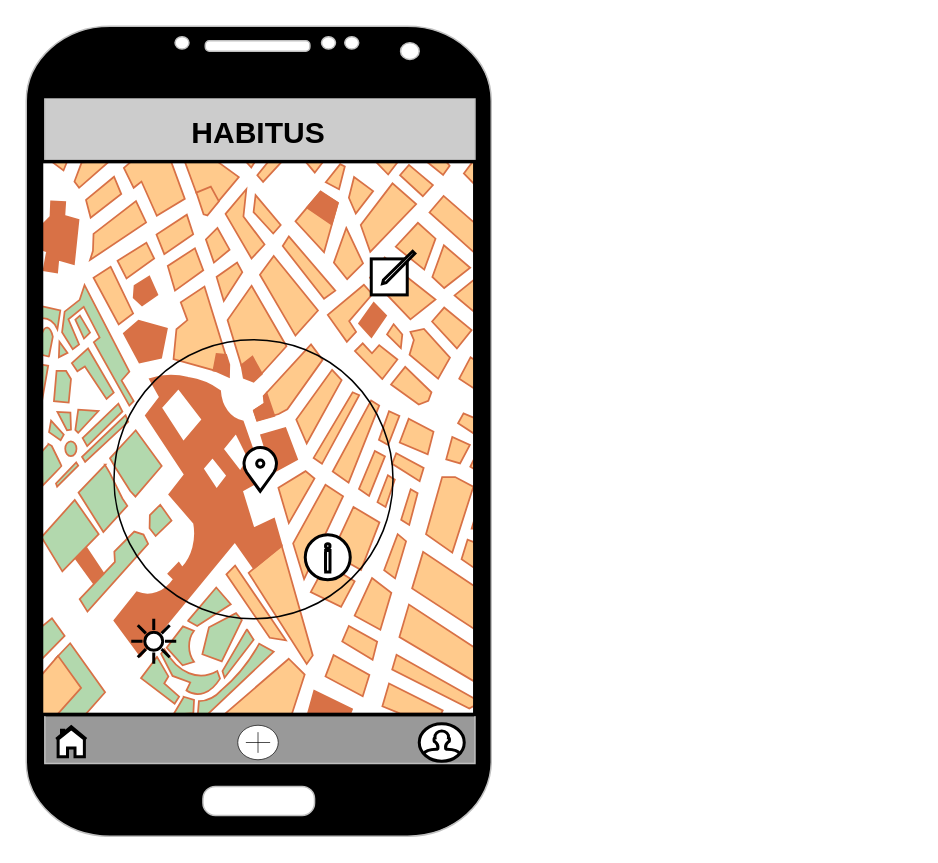
The draw.io diagram page "Main Page" (2 of 2) of diagrams/ui-login_and_register.drawio in goliveirab/habitus, before the edit. Source tidied: cells renumbered, new cells numbered last; positions are measured from the earlier drawing's top-left corner, leaving out a move shared by most shapes. Both pictures are drawn from the tidied source at 150%, with x=0, y=0 at pixel (26, 26).
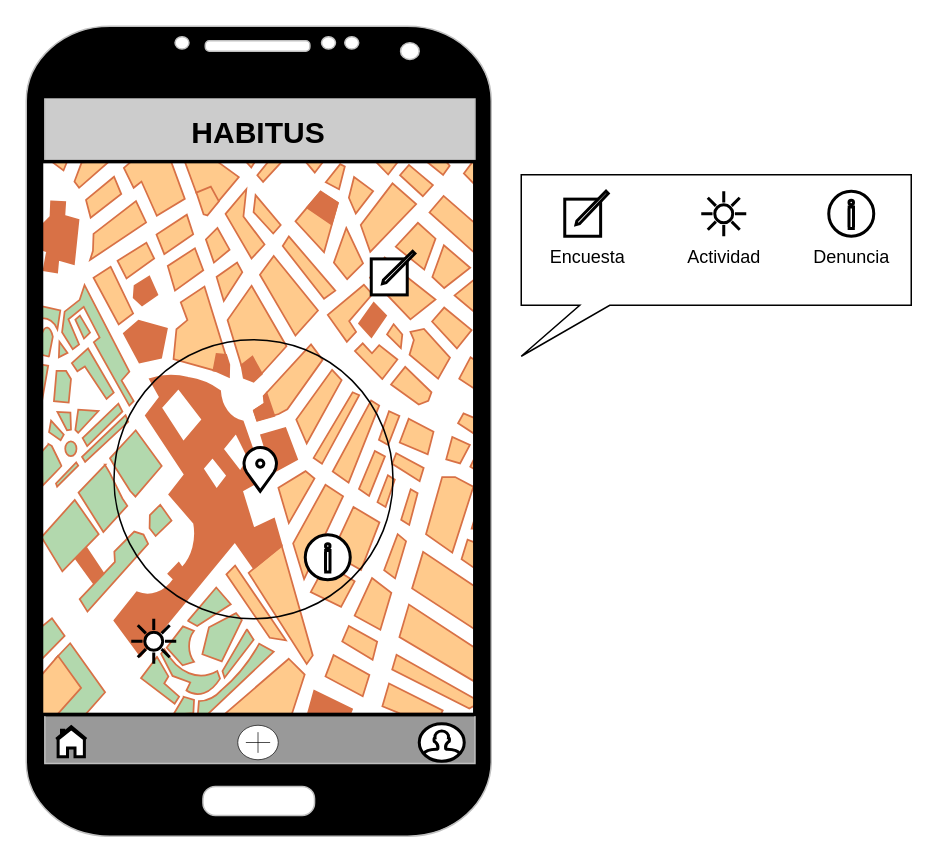
After the change.

Diff of the diagram source:
```diff
@@
 <mxGraphModel>
   <root>
     <mxCell id="0" />
     <mxCell id="1" parent="0" />
     <mxCell id="2" style="rounded=0;whiteSpace=wrap;html=1;fillColor=#999999;strokeColor=#666666;fontColor=#333333;" parent="1" vertex="1">
       <mxGeometry x="10" y="460" width="290" height="40" as="geometry" />
     </mxCell>
     <mxCell id="3" value="&lt;font size=&quot;1&quot;&gt;&lt;b style=&quot;font-size: 20px&quot;&gt;HABITUS&lt;/b&gt;&lt;/font&gt;" style="rounded=0;whiteSpace=wrap;html=1;fillColor=#CCCCCC;strokeColor=none;align=center;labelPosition=center;verticalLabelPosition=middle;verticalAlign=middle;" parent="1" vertex="1">
       <mxGeometry x="10" y="49" width="290" height="41" as="geometry" />
     </mxCell>
     <mxCell id="4" style="verticalLabelPosition=bottom;verticalAlign=top;html=1;shadow=0;dashed=0;strokeWidth=1;shape=mxgraph.android.phone2;fillColor=#000000;strokeColor=#c0c0c0;" parent="1" vertex="1">
       <mxGeometry width="310" height="540" as="geometry" />
     </mxCell>
     <mxCell id="5" style="verticalLabelPosition=bottom;shadow=0;dashed=0;align=center;html=1;verticalAlign=top;strokeWidth=1;shape=mxgraph.mockup.misc.map;fillColor=none;fontSize=12;fontColor=#000000;strokeColor=none;" parent="1" vertex="1">
       <mxGeometry x="10" y="90" width="290" height="370" as="geometry" />
     </mxCell>
     <mxCell id="6" style="html=1;verticalLabelPosition=bottom;align=center;labelBackgroundColor=#ffffff;verticalAlign=top;strokeWidth=2;strokeColor=#000000;fillColor=#ffffff;shadow=0;dashed=0;shape=mxgraph.ios7.icons.home;" parent="1" vertex="1">
       <mxGeometry x="20" y="467" width="20" height="20" as="geometry" />
     </mxCell>
     <mxCell id="7" style="html=1;verticalLabelPosition=bottom;align=center;labelBackgroundColor=#ffffff;verticalAlign=top;strokeWidth=2;strokeColor=#000000;fillColor=#ffffff;shadow=0;dashed=0;shape=mxgraph.ios7.icons.user;" parent="1" vertex="1">
       <mxGeometry x="262" y="465" width="30" height="25" as="geometry" />
     </mxCell>
     <mxCell id="8" style="html=1;verticalLabelPosition=bottom;labelBackgroundColor=#ffffff;verticalAlign=top;shadow=0;dashed=0;strokeWidth=2;shape=mxgraph.ios7.misc.increase;fillColor=#ffffff;strokeColor=#000000;" parent="1" vertex="1">
       <mxGeometry x="141" y="466" width="27" height="23" as="geometry" />
     </mxCell>
     <mxCell id="9" style="html=1;verticalLabelPosition=bottom;align=center;labelBackgroundColor=#ffffff;verticalAlign=top;strokeWidth=2;strokeColor=#000000;fillColor=#ffffff;shadow=0;dashed=0;shape=mxgraph.ios7.icons.location;" parent="1" vertex="1">
       <mxGeometry x="144" y="280" width="24" height="30" as="geometry" />
     </mxCell>
     <mxCell id="10" style="html=1;verticalLabelPosition=bottom;align=center;labelBackgroundColor=#ffffff;verticalAlign=top;strokeWidth=2;strokeColor=#000000;fillColor=#ffffff;shadow=0;dashed=0;shape=mxgraph.ios7.icons.compose;" parent="1" vertex="1">
       <mxGeometry x="230" y="150" width="29.1" height="29.1" as="geometry" />
     </mxCell>
     <mxCell id="11" style="html=1;verticalLabelPosition=bottom;align=center;labelBackgroundColor=#ffffff;verticalAlign=top;strokeWidth=2;strokeColor=#000000;fillColor=#ffffff;shadow=0;dashed=0;shape=mxgraph.ios7.icons.sun;" parent="1" vertex="1">
       <mxGeometry x="70" y="395" width="30" height="30" as="geometry" />
     </mxCell>
     <mxCell id="12" style="html=1;verticalLabelPosition=bottom;align=center;labelBackgroundColor=#ffffff;verticalAlign=top;strokeWidth=2;strokeColor=#000000;fillColor=#ffffff;shadow=0;dashed=0;shape=mxgraph.ios7.icons.info;" parent="1" vertex="1">
       <mxGeometry x="186" y="339" width="30" height="30" as="geometry" />
     </mxCell>
     <mxCell id="13" style="ellipse;whiteSpace=wrap;html=1;strokeColor=#000000;fillColor=none;" parent="1" vertex="1">
       <mxGeometry x="58.5" y="209" width="186" height="186" as="geometry" />
     </mxCell>
+    <mxCell id="14" style="shape=callout;whiteSpace=wrap;html=1;perimeter=calloutPerimeter;position2=0;size=34;position=0.15;" parent="1" vertex="1">
+      <mxGeometry x="330" y="99" width="260" height="121" as="geometry" />
+    </mxCell>
+    <mxCell id="15" value="Encuesta" style="html=1;verticalLabelPosition=bottom;align=center;labelBackgroundColor=#ffffff;verticalAlign=top;strokeWidth=2;strokeColor=#000000;fillColor=#ffffff;shadow=0;dashed=0;shape=mxgraph.ios7.icons.compose;" parent="1" vertex="1">
+      <mxGeometry x="359" y="110" width="29" height="30" as="geometry" />
+    </mxCell>
+    <mxCell id="16" value="Denuncia" style="html=1;verticalLabelPosition=bottom;align=center;labelBackgroundColor=#ffffff;verticalAlign=top;strokeWidth=2;strokeColor=#000000;fillColor=#ffffff;shadow=0;dashed=0;shape=mxgraph.ios7.icons.info;" parent="1" vertex="1">
+      <mxGeometry x="535" y="110" width="30" height="30" as="geometry" />
+    </mxCell>
+    <mxCell id="17" value="Actividad" style="html=1;verticalLabelPosition=bottom;align=center;labelBackgroundColor=#ffffff;verticalAlign=top;strokeWidth=2;strokeColor=#000000;fillColor=#ffffff;shadow=0;dashed=0;shape=mxgraph.ios7.icons.sun;" parent="1" vertex="1">
+      <mxGeometry x="450" y="110" width="30" height="30" as="geometry" />
+    </mxCell>
   </root>
 </mxGraphModel>
```
